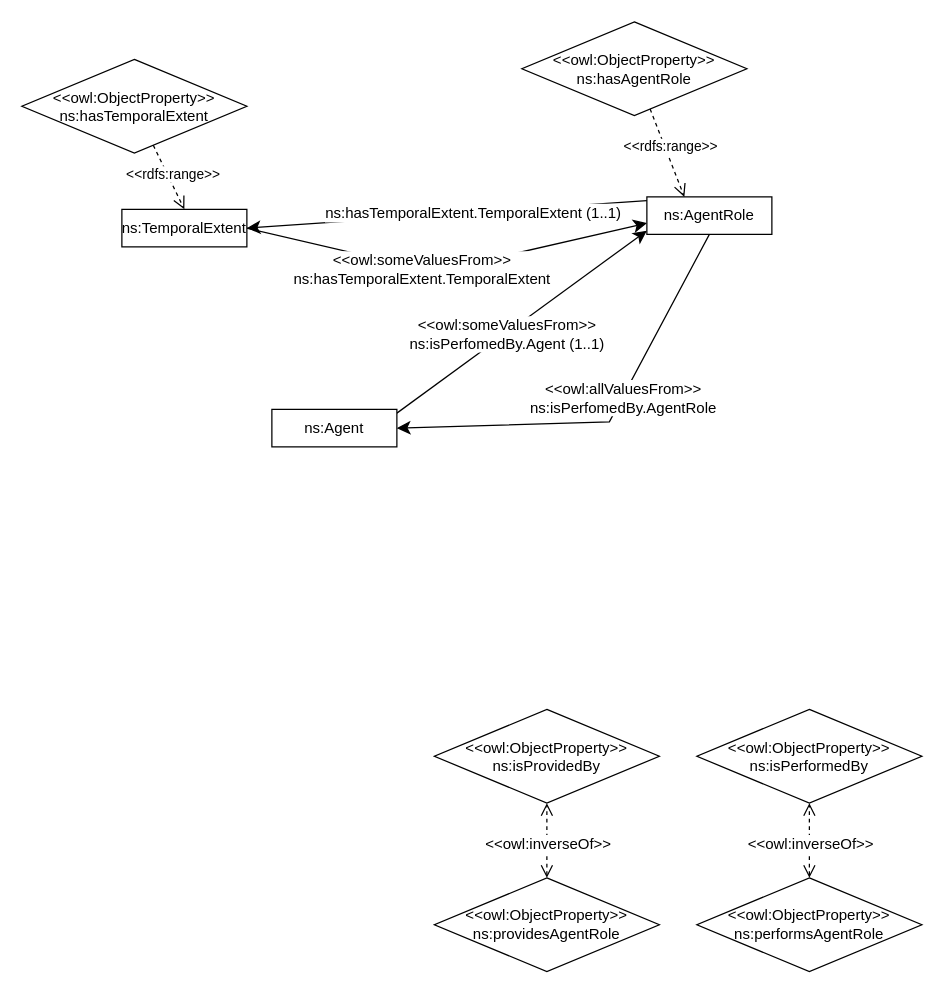
The draw.io diagram MODL Library Simplified/agentroleSimplified.drawio in nd-crane/Drawio-experiments, before the edit. Source tidied: cells renumbered, new cells numbered last; positions are measured from the earlier drawing's top-left corner, leaving out a move shared by most shapes. Both pictures are drawn from the tidied source at 125%, with x=0, y=0 at pixel (21, 21).
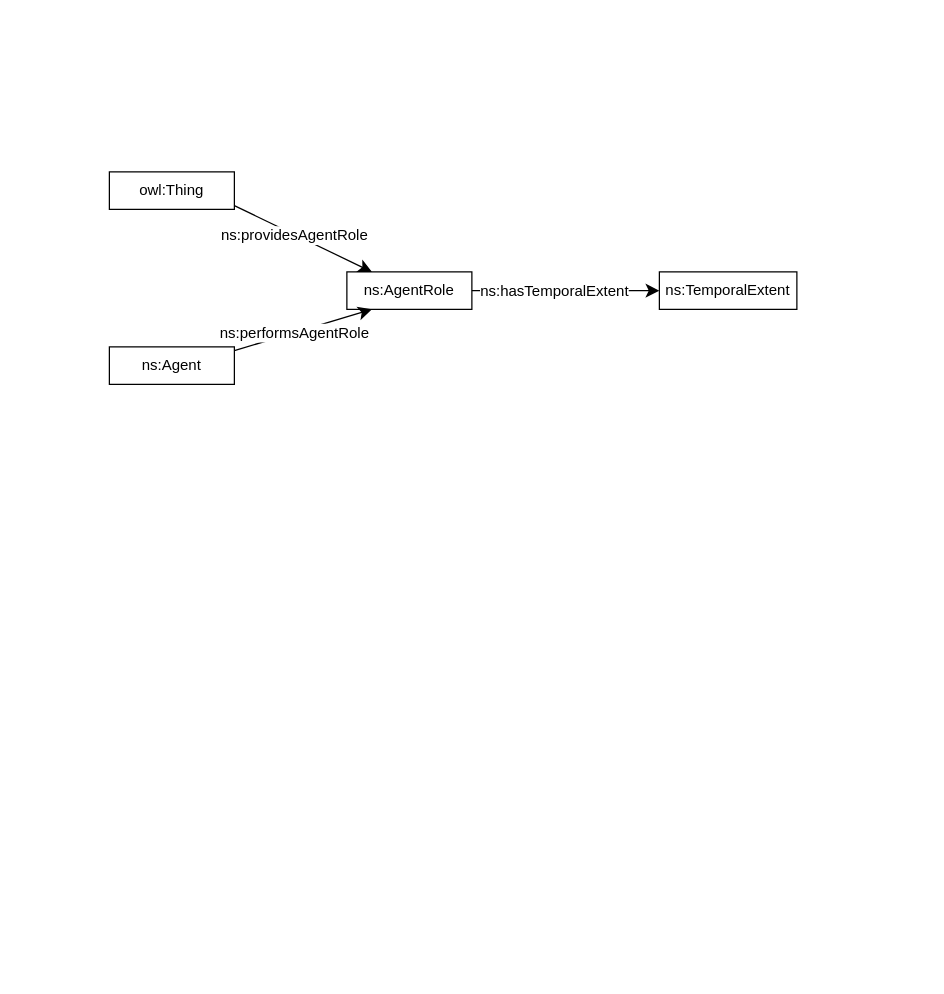
After the change.

Diff of the diagram source:
```diff
@@
-    <mxCell id="2" style="endArrow=classic;html=1;exitX=1;exitY=0.5;exitDx=0;exitDy=0;entryX=0;entryY=0.7;entryDx=0;entryDy=0;endSize=8;arcSize=0;" parent="1" edge="1" source="4" target="5">
-      <mxGeometry relative="1" as="geometry">
-        <Array as="points">
-          <mxPoint x="330" y="200" />
-        </Array>
-      </mxGeometry>
-    </mxCell>
-    <mxCell id="3" value="&lt;div&gt;&lt;div&gt;&amp;lt;&amp;lt;owl:someValuesFrom&amp;gt;&amp;gt;&lt;/div&gt;ns:hasTemporalExtent.TemporalExtent&lt;/div&gt;" style="text;html=1;align=center;verticalAlign=middle;labelBackgroundColor=#ffffff;" parent="2" vertex="1">
-      <mxGeometry x="-0.13" relative="1" as="geometry" />
-    </mxCell>
     <mxCell id="4" value="ns:TemporalExtent" style="rounded=0;whiteSpace=wrap;html=1;snapToPoint=1;points=[[0.1,0],[0.2,0],[0.3,0],[0.4,0],[0.5,0],[0.6,0],[0.7,0],[0.8,0],[0.9,0],[0,0.1],[0,0.3],[0,0.5],[0,0.7],[0,0.9],[0.1,1],[0.2,1],[0.3,1],[0.4,1],[0.5,1],[0.6,1],[0.7,1],[0.8,1],[0.9,1],[1,0.1],[1,0.3],[1,0.5],[1,0.7],[1,0.9]];" parent="1" vertex="1">
-      <mxGeometry x="80" y="150" width="100" height="30" as="geometry" />
+      <mxGeometry x="510" y="200" width="110" height="30" as="geometry" />
     </mxCell>
     <mxCell id="5" value="ns:AgentRole" style="rounded=0;whiteSpace=wrap;html=1;snapToPoint=1;points=[[0.1,0],[0.2,0],[0.3,0],[0.4,0],[0.5,0],[0.6,0],[0.7,0],[0.8,0],[0.9,0],[0,0.1],[0,0.3],[0,0.5],[0,0.7],[0,0.9],[0.1,1],[0.2,1],[0.3,1],[0.4,1],[0.5,1],[0.6,1],[0.7,1],[0.8,1],[0.9,1],[1,0.1],[1,0.3],[1,0.5],[1,0.7],[1,0.9]];" parent="1" vertex="1">
-      <mxGeometry x="500" y="140" width="100" height="30" as="geometry" />
+      <mxGeometry x="260" y="200" width="100" height="30" as="geometry" />
     </mxCell>
-    <mxCell id="6" style="endArrow=classic;html=1;endSize=8;arcSize=0;entryX=0;entryY=0.9;entryDx=0;entryDy=0;exitX=1;exitY=0.1;exitDx=0;exitDy=0;" parent="1" edge="1" source="8" target="5">
+    <mxCell id="6" style="endArrow=classic;html=1;endSize=8;arcSize=0;entryX=0.2;entryY=1;entryDx=0;entryDy=0;exitX=1;exitY=0.1;exitDx=0;exitDy=0;" parent="1" edge="1" source="8" target="5">
       <mxGeometry relative="1" as="geometry" />
     </mxCell>
-    <mxCell id="7" value="&lt;div&gt;&lt;div&gt;&amp;lt;&amp;lt;owl:someValuesFrom&amp;gt;&amp;gt;&lt;/div&gt;ns:isPerfomedBy.Agent (1..1)&lt;/div&gt;" style="text;html=1;align=center;verticalAlign=middle;labelBackgroundColor=#ffffff;" parent="6" vertex="1">
+    <mxCell id="7" value="&lt;div&gt;&lt;/div&gt;ns:performsAgentRole" style="text;html=1;align=center;verticalAlign=middle;labelBackgroundColor=#ffffff;" parent="6" vertex="1">
       <mxGeometry x="-0.13" relative="1" as="geometry" />
     </mxCell>
     <mxCell id="8" value="ns:Agent" style="rounded=0;whiteSpace=wrap;html=1;snapToPoint=1;points=[[0.1,0],[0.2,0],[0.3,0],[0.4,0],[0.5,0],[0.6,0],[0.7,0],[0.8,0],[0.9,0],[0,0.1],[0,0.3],[0,0.5],[0,0.7],[0,0.9],[0.1,1],[0.2,1],[0.3,1],[0.4,1],[0.5,1],[0.6,1],[0.7,1],[0.8,1],[0.9,1],[1,0.1],[1,0.3],[1,0.5],[1,0.7],[1,0.9]];" parent="1" vertex="1">
-      <mxGeometry x="200" y="310" width="100" height="30" as="geometry" />
+      <mxGeometry x="70" y="260" width="100" height="30" as="geometry" />
     </mxCell>
-    <mxCell id="9" value="&lt;div&gt;&amp;lt;&amp;lt;owl:ObjectProperty&amp;gt;&amp;gt; ns:isPerformedBy&lt;br&gt;&lt;/div&gt;" style="rhombus;whiteSpace=wrap;html=1;" parent="1" vertex="1">
-      <mxGeometry x="540" y="550" width="180" height="75" as="geometry" />
-    </mxCell>
-    <mxCell id="10" value="&lt;div&gt;&amp;lt;&amp;lt;owl:ObjectProperty&amp;gt;&amp;gt; ns:performsAgentRole&lt;br&gt;&lt;/div&gt;" style="rhombus;whiteSpace=wrap;html=1;" parent="1" vertex="1">
-      <mxGeometry x="540" y="684.8" width="180" height="75" as="geometry" />
-    </mxCell>
-    <mxCell id="11" style="endArrow=open;html=1;fontColor=#000099;endFill=0;dashed=1;entryX=0.5;entryY=1;entryDx=0;entryDy=0;endSize=8;startArrow=open;startFill=0;startSize=8;" parent="1" edge="1" source="10" target="9">
-      <mxGeometry relative="1" as="geometry" />
-    </mxCell>
-    <mxCell id="12" value="&amp;lt;&amp;lt;owl:inverseOf&amp;gt;&amp;gt;" style="text;html=1;align=center;verticalAlign=middle;fontColor=#000000;labelBackgroundColor=#ffffff;" parent="11" vertex="1">
-      <mxGeometry x="-0.33" relative="1" as="geometry">
-        <mxPoint y="-7.1" as="offset" />
-      </mxGeometry>
-    </mxCell>
-    <mxCell id="13" value="&lt;div&gt;&amp;lt;&amp;lt;owl:ObjectProperty&amp;gt;&amp;gt; ns:isProvidedBy&lt;br&gt;&lt;/div&gt;" style="rhombus;whiteSpace=wrap;html=1;" parent="1" vertex="1">
-      <mxGeometry x="330" y="550" width="180" height="75" as="geometry" />
-    </mxCell>
-    <mxCell id="14" value="&lt;div&gt;&amp;lt;&amp;lt;owl:ObjectProperty&amp;gt;&amp;gt; ns:providesAgentRole&lt;br&gt;&lt;/div&gt;" style="rhombus;whiteSpace=wrap;html=1;" parent="1" vertex="1">
-      <mxGeometry x="330" y="684.8" width="180" height="75" as="geometry" />
-    </mxCell>
-    <mxCell id="15" style="endArrow=open;html=1;fontColor=#000099;endFill=0;dashed=1;entryX=0.5;entryY=1;entryDx=0;entryDy=0;endSize=8;startArrow=open;startFill=0;startSize=8;" parent="1" edge="1" source="14" target="13">
-      <mxGeometry relative="1" as="geometry" />
-    </mxCell>
-    <mxCell id="16" value="&amp;lt;&amp;lt;owl:inverseOf&amp;gt;&amp;gt;" style="text;html=1;align=center;verticalAlign=middle;fontColor=#000000;labelBackgroundColor=#ffffff;" parent="15" vertex="1">
-      <mxGeometry x="-0.33" relative="1" as="geometry">
-        <mxPoint y="-7.1" as="offset" />
-      </mxGeometry>
-    </mxCell>
-    <mxCell id="17" value="&lt;div&gt;&amp;lt;&amp;lt;owl:ObjectProperty&amp;gt;&amp;gt; ns:hasTemporalExtent&lt;br&gt;&lt;/div&gt;" style="rhombus;whiteSpace=wrap;html=1;" parent="1" vertex="1">
-      <mxGeometry y="30" width="180" height="75" as="geometry" />
-    </mxCell>
-    <mxCell id="18" style="endArrow=open;html=1;fontColor=#000099;endFill=0;dashed=1;entryX=0.5;entryY=0;entryDx=0;entryDy=0;endSize=8;arcSize=0;" parent="1" edge="1" source="17" target="4">
-      <mxGeometry relative="1" as="geometry" />
-    </mxCell>
-    <mxCell id="19" value="&lt;div&gt;&amp;lt;&amp;lt;rdfs:range&amp;gt;&amp;gt;&lt;/div&gt;" style="edgeLabel;html=1;align=center;verticalAlign=middle;" parent="18" vertex="1">
-      <mxGeometry x="-0.35" y="-1" relative="1" as="geometry">
-        <mxPoint x="7.8" y="5.6" as="offset" />
-      </mxGeometry>
-    </mxCell>
-    <mxCell id="20" style="endArrow=classic;html=1;endSize=8;arcSize=0;entryX=1;entryY=0.5;entryDx=0;entryDy=0;exitX=0;exitY=0.1;exitDx=0;exitDy=0;" parent="1" edge="1" source="5" target="4">
+    <mxCell id="20" style="endArrow=classic;html=1;endSize=8;arcSize=0;exitX=1;exitY=0.5;exitDx=0;exitDy=0;entryX=0;entryY=0.5;entryDx=0;entryDy=0;" parent="1" edge="1" source="5" target="4">
       <mxGeometry relative="1" as="geometry" />
     </mxCell>
-    <mxCell id="21" value="&lt;div&gt;&lt;/div&gt;ns:hasTemporalExtent.TemporalExtent (1..1)" style="text;html=1;align=center;verticalAlign=middle;labelBackgroundColor=#ffffff;" parent="20" vertex="1">
+    <mxCell id="21" value="&lt;div&gt;&lt;/div&gt;ns:hasTemporalExtent" style="text;html=1;align=center;verticalAlign=middle;labelBackgroundColor=#ffffff;" parent="20" vertex="1">
       <mxGeometry x="-0.13" relative="1" as="geometry" />
     </mxCell>
-    <mxCell id="22" style="endArrow=classic;html=1;exitX=0.5;exitY=1;exitDx=0;exitDy=0;endSize=8;arcSize=0;" parent="1" edge="1" source="5" target="8">
-      <mxGeometry relative="1" as="geometry">
-        <Array as="points">
-          <mxPoint x="470" y="320" />
-        </Array>
-      </mxGeometry>
-    </mxCell>
-    <mxCell id="23" value="&lt;div&gt;&lt;div&gt;&amp;lt;&amp;lt;owl:allValuesFrom&amp;gt;&amp;gt;&lt;/div&gt;ns:isPerfomedBy.AgentRole&lt;/div&gt;" style="text;html=1;align=center;verticalAlign=middle;labelBackgroundColor=#ffffff;" parent="22" vertex="1">
-      <mxGeometry x="-0.13" relative="1" as="geometry" />
-    </mxCell>
-    <mxCell id="24" value="&lt;div&gt;&amp;lt;&amp;lt;owl:ObjectProperty&amp;gt;&amp;gt; ns:hasAgentRole&lt;br&gt;&lt;/div&gt;" style="rhombus;whiteSpace=wrap;html=1;" parent="1" vertex="1">
-      <mxGeometry x="400" width="180" height="75" as="geometry" />
-    </mxCell>
-    <mxCell id="25" style="endArrow=open;html=1;fontColor=#000099;endFill=0;dashed=1;entryX=0.3;entryY=0;entryDx=0;entryDy=0;endSize=8;arcSize=0;" parent="1" edge="1" source="24" target="5">
-      <mxGeometry relative="1" as="geometry" />
-    </mxCell>
-    <mxCell id="26" value="&lt;div&gt;&amp;lt;&amp;lt;rdfs:range&amp;gt;&amp;gt;&lt;/div&gt;" style="edgeLabel;html=1;align=center;verticalAlign=middle;" parent="25" vertex="1">
-      <mxGeometry x="-0.35" y="-1" relative="1" as="geometry">
-        <mxPoint x="7.8" y="5.6" as="offset" />
-      </mxGeometry>
-    </mxCell>
+    <mxCell id="27" style="endArrow=classic;html=1;endSize=8;arcSize=0;entryX=0.2;entryY=0;entryDx=0;entryDy=0;exitX=1;exitY=0.9;exitDx=0;exitDy=0;" parent="1" edge="1" source="29" target="5">
+      <mxGeometry relative="1" as="geometry" />
+    </mxCell>
+    <mxCell id="28" value="&lt;div&gt;&lt;/div&gt;ns:providesAgentRole" style="text;html=1;align=center;verticalAlign=middle;labelBackgroundColor=#ffffff;" parent="27" vertex="1">
+      <mxGeometry x="-0.13" relative="1" as="geometry" />
+    </mxCell>
+    <mxCell id="29" value="owl:Thing" style="rounded=0;whiteSpace=wrap;html=1;snapToPoint=1;points=[[0.1,0],[0.2,0],[0.3,0],[0.4,0],[0.5,0],[0.6,0],[0.7,0],[0.8,0],[0.9,0],[0,0.1],[0,0.3],[0,0.5],[0,0.7],[0,0.9],[0.1,1],[0.2,1],[0.3,1],[0.4,1],[0.5,1],[0.6,1],[0.7,1],[0.8,1],[0.9,1],[1,0.1],[1,0.3],[1,0.5],[1,0.7],[1,0.9]];" parent="1" vertex="1">
+      <mxGeometry x="70" y="120" width="100" height="30" as="geometry" />
+    </mxCell>
```
